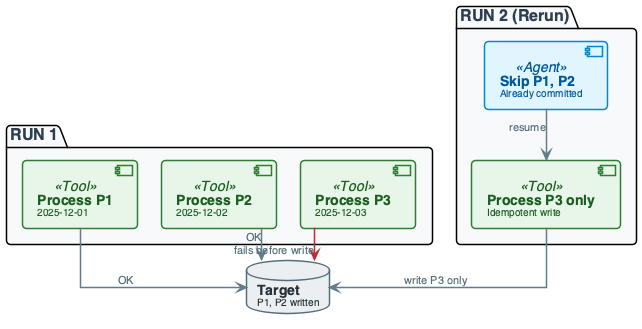
The PlantUML diagram diagrams/week04/week4_lecture_slide38_failure_rerun.png in OrPerets/data-engineering-course, before a commit.
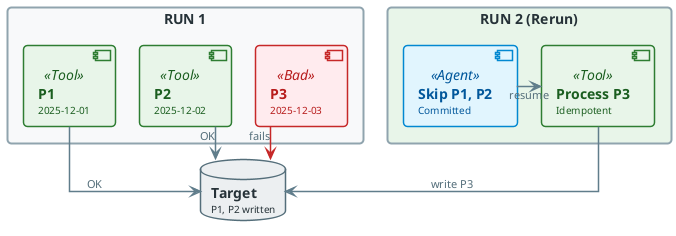
The same diagram one commit later.

Change to the diagram source:
```diff
@@ -118,24 +118,27 @@
 }
 
 
-package "RUN 1" #F8F9FA {
-    component "**Process P1**\n<size:10>2025-12-01</size>" as P1 <<Tool>>
-    component "**Process P2**\n<size:10>2025-12-02</size>" as P2 <<Tool>>
-    component "**Process P3**\n<size:10>2025-12-03</size>" as P3 <<Tool>>
+
+rectangle "RUN 1" #F8F9FA {
+    component "**P1**\n<size:10>2025-12-01</size>" as P1 <<Tool>>
+    component "**P2**\n<size:10>2025-12-02</size>" as P2 <<Tool>>
+    component "**P3**\n<size:10>2025-12-03</size>" as P3 <<Bad>>
+    P1 -[hidden]right- P2
+    P2 -[hidden]right- P3
 }
 
 database "**Target**\n<size:10>P1, P2 written</size>" as TARGET
 
-package "RUN 2 (Rerun)" #F8F9FA {
-    component "**Skip P1, P2**\n<size:10>Already committed</size>" as SKIP <<Agent>>
-    component "**Process P3 only**\n<size:10>Idempotent write</size>" as P3B <<Tool>>
+rectangle "RUN 2 (Rerun)" #E8F5E9 {
+    component "**Skip P1, P2**\n<size:10>Committed</size>" as SKIP <<Agent>>
+    component "**Process P3**\n<size:10>Idempotent</size>" as P3B <<Tool>>
+    SKIP -right-> P3B : "resume"
 }
 
-P1 --> TARGET : "OK"
-P2 --> TARGET : "OK"
-P3 -[#C62828]-> TARGET : "fails before write"
+P1 -down-> TARGET : "OK"
+P2 -down-> TARGET : "OK"
+P3 -[#C62828]down-> TARGET : "fails"
 
-SKIP --> P3B : "resume"
-P3B --> TARGET : "write P3 only"
+P3B -down-> TARGET : "write P3"
 
 @enduml
```
